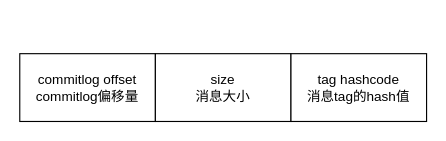
The draw.io diagram rocketmq/consumeQueue.drawio in erlieStar/diagrams, before the edit. Source tidied: cells renumbered, new cells numbered last; positions are measured from the earlier drawing's top-left corner, leaving out a move shared by most shapes. Both pictures are drawn from the tidied source at 113%, with x=0, y=0 at pixel (19, 53).
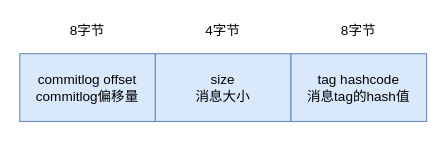
The same diagram, later.

Change to the diagram source:
```diff
@@
 <mxGraphModel>
   <root>
     <mxCell id="0" />
     <mxCell id="1" parent="0" />
-    <mxCell id="2" value="commitlog offset&lt;br&gt;commitlog偏移量" style="rounded=0;whiteSpace=wrap;html=1;" parent="1" vertex="1">
+    <mxCell id="2" value="commitlog offset&lt;br&gt;commitlog偏移量" style="rounded=0;whiteSpace=wrap;html=1;fillColor=#dae8fc;strokeColor=#6c8ebf;" parent="1" vertex="1">
       <mxGeometry width="120" height="60" as="geometry" />
     </mxCell>
-    <mxCell id="3" value="size&lt;br&gt;消息大小" style="rounded=0;whiteSpace=wrap;html=1;" parent="1" vertex="1">
+    <mxCell id="3" value="size&lt;br&gt;消息大小" style="rounded=0;whiteSpace=wrap;html=1;fillColor=#dae8fc;strokeColor=#6c8ebf;" parent="1" vertex="1">
       <mxGeometry x="120" width="120" height="60" as="geometry" />
     </mxCell>
-    <mxCell id="4" value="tag hashcode&lt;br&gt;消息tag的hash值" style="rounded=0;whiteSpace=wrap;html=1;" parent="1" vertex="1">
+    <mxCell id="4" value="tag hashcode&lt;br&gt;消息tag的hash值" style="rounded=0;whiteSpace=wrap;html=1;fillColor=#dae8fc;strokeColor=#6c8ebf;" parent="1" vertex="1">
       <mxGeometry x="240" width="120" height="60" as="geometry" />
     </mxCell>
+    <mxCell id="5" value="8字节" style="text;html=1;strokeColor=none;fillColor=none;align=center;verticalAlign=middle;whiteSpace=wrap;rounded=0;" parent="1" vertex="1">
+      <mxGeometry x="40" y="-30" width="40" height="20" as="geometry" />
+    </mxCell>
+    <mxCell id="6" value="4字节" style="text;html=1;strokeColor=none;fillColor=none;align=center;verticalAlign=middle;whiteSpace=wrap;rounded=0;" parent="1" vertex="1">
+      <mxGeometry x="160" y="-30" width="40" height="20" as="geometry" />
+    </mxCell>
+    <mxCell id="7" value="8字节" style="text;html=1;strokeColor=none;fillColor=none;align=center;verticalAlign=middle;whiteSpace=wrap;rounded=0;" parent="1" vertex="1">
+      <mxGeometry x="280" y="-30" width="40" height="20" as="geometry" />
+    </mxCell>
   </root>
 </mxGraphModel>
```
